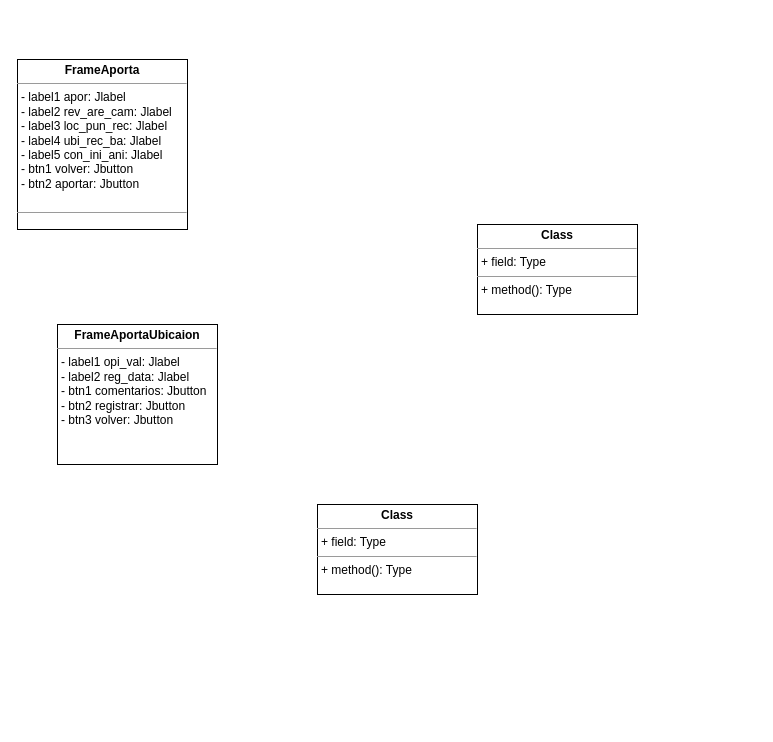
This is src/Diagrama sin título.drawio from IsmaelC12/laboratorio_1, a draw.io file, before an edit. Source tidied: cells renumbered, new cells numbered last; positions are measured from the earlier drawing's top-left corner, leaving out a move shared by most shapes. Both pictures are drawn from the tidied source at 100%, with x=0, y=0 at pixel (17, 59).
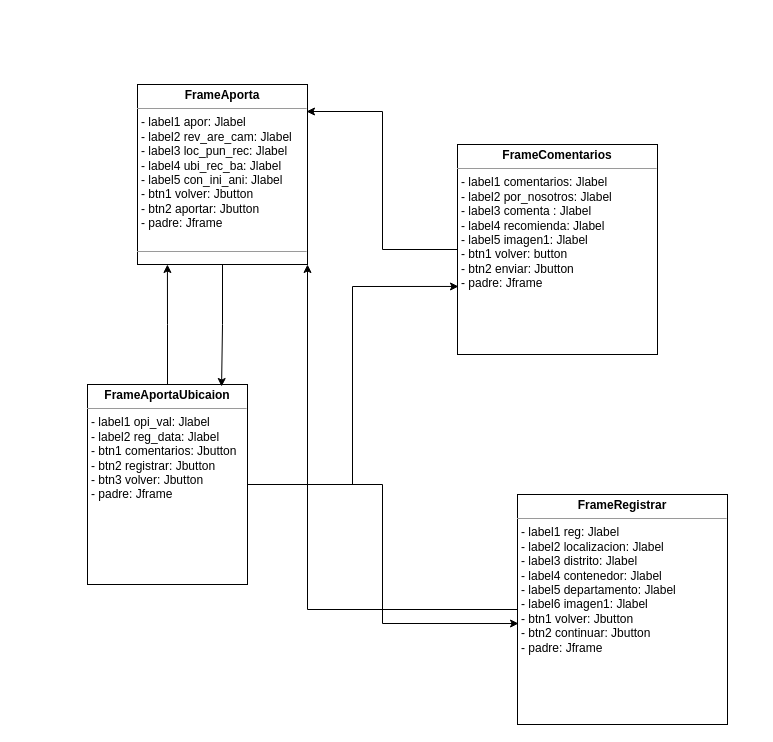
Above is the later version.

Diff of the diagram source:
```diff
@@
 <mxGraphModel>
   <root>
     <mxCell id="0" />
     <mxCell id="1" parent="0" />
-    <mxCell id="2" value="&lt;p style=&quot;margin:0px;margin-top:4px;text-align:center;&quot;&gt;&lt;b&gt;Class&lt;/b&gt;&lt;/p&gt;&lt;hr size=&quot;1&quot;/&gt;&lt;p style=&quot;margin:0px;margin-left:4px;&quot;&gt;+ field: Type&lt;/p&gt;&lt;hr size=&quot;1&quot;/&gt;&lt;p style=&quot;margin:0px;margin-left:4px;&quot;&gt;+ method(): Type&lt;/p&gt;" style="verticalAlign=top;align=left;overflow=fill;fontSize=12;fontFamily=Helvetica;html=1;whiteSpace=wrap;" parent="1" vertex="1">
-      <mxGeometry x="300" y="445" width="160" height="90" as="geometry" />
-    </mxCell>
-    <mxCell id="3" value="&lt;p style=&quot;margin:0px;margin-top:4px;text-align:center;&quot;&gt;&lt;b&gt;Class&lt;/b&gt;&lt;/p&gt;&lt;hr size=&quot;1&quot;/&gt;&lt;p style=&quot;margin:0px;margin-left:4px;&quot;&gt;+ field: Type&lt;/p&gt;&lt;hr size=&quot;1&quot;/&gt;&lt;p style=&quot;margin:0px;margin-left:4px;&quot;&gt;+ method(): Type&lt;/p&gt;" style="verticalAlign=top;align=left;overflow=fill;fontSize=12;fontFamily=Helvetica;html=1;whiteSpace=wrap;" parent="1" vertex="1">
-      <mxGeometry x="460" y="165" width="160" height="90" as="geometry" />
-    </mxCell>
+    <mxCell id="6" style="edgeStyle=orthogonalEdgeStyle;rounded=0;jettySize=auto;html=1;entryX=0.005;entryY=0.676;entryDx=0;entryDy=0;entryPerimeter=0;" parent="1" edge="1" source="4" target="9">
+      <mxGeometry relative="1" as="geometry" />
+    </mxCell>
+    <mxCell id="7" style="edgeStyle=orthogonalEdgeStyle;rounded=0;jettySize=auto;html=1;entryX=0.005;entryY=0.561;entryDx=0;entryDy=0;entryPerimeter=0;" parent="1" edge="1" source="4" target="12">
+      <mxGeometry relative="1" as="geometry" />
+    </mxCell>
-    <mxCell id="4" value="&lt;p style=&quot;margin:0px;margin-top:4px;text-align:center;&quot;&gt;&lt;b&gt;FrameAportaUbicaion&lt;/b&gt;&lt;/p&gt;&lt;hr size=&quot;1&quot;&gt;&lt;p style=&quot;margin:0px;margin-left:4px;&quot;&gt;- label1 opi_val: Jlabel&lt;/p&gt;&lt;p style=&quot;margin:0px;margin-left:4px;&quot;&gt;- label2 reg_data: Jlabel&lt;/p&gt;&lt;p style=&quot;margin:0px;margin-left:4px;&quot;&gt;- btn1 comentarios: Jbutton&lt;/p&gt;&lt;p style=&quot;margin:0px;margin-left:4px;&quot;&gt;- btn2 registrar: Jbutton&lt;/p&gt;&lt;p style=&quot;margin:0px;margin-left:4px;&quot;&gt;- btn3 volver: Jbutton&lt;/p&gt;&lt;p style=&quot;margin:0px;margin-left:4px;&quot;&gt;&lt;br&gt;&lt;/p&gt;" style="verticalAlign=top;align=left;overflow=fill;fontSize=12;fontFamily=Helvetica;html=1;whiteSpace=wrap;" parent="1" vertex="1">
-      <mxGeometry x="40" y="265" width="160" height="140" as="geometry" />
+    <mxCell id="4" value="&lt;p style=&quot;margin:0px;margin-top:4px;text-align:center;&quot;&gt;&lt;b&gt;FrameAportaUbicaion&lt;/b&gt;&lt;/p&gt;&lt;hr size=&quot;1&quot;&gt;&lt;p style=&quot;margin:0px;margin-left:4px;&quot;&gt;- label1 opi_val: Jlabel&lt;/p&gt;&lt;p style=&quot;margin:0px;margin-left:4px;&quot;&gt;- label2 reg_data: Jlabel&lt;/p&gt;&lt;p style=&quot;margin:0px;margin-left:4px;&quot;&gt;- btn1 comentarios: Jbutton&lt;/p&gt;&lt;p style=&quot;margin:0px;margin-left:4px;&quot;&gt;- btn2 registrar: Jbutton&lt;/p&gt;&lt;p style=&quot;margin:0px;margin-left:4px;&quot;&gt;- btn3 volver: Jbutton&lt;/p&gt;&lt;p style=&quot;margin:0px;margin-left:4px;&quot;&gt;- padre: Jframe&lt;/p&gt;&lt;p style=&quot;margin:0px;margin-left:4px;&quot;&gt;&lt;br&gt;&lt;/p&gt;" style="verticalAlign=top;align=left;overflow=fill;fontSize=12;fontFamily=Helvetica;html=1;whiteSpace=wrap;" parent="1" vertex="1">
+      <mxGeometry x="70" y="325" width="160" height="200" as="geometry" />
     </mxCell>
-    <mxCell id="5" value="&lt;p style=&quot;margin:0px;margin-top:4px;text-align:center;&quot;&gt;&lt;b&gt;FrameAporta&lt;/b&gt;&lt;/p&gt;&lt;hr size=&quot;1&quot;&gt;&lt;p style=&quot;margin:0px;margin-left:4px;&quot;&gt;- label1 apor: Jlabel&lt;/p&gt;&lt;p style=&quot;margin:0px;margin-left:4px;&quot;&gt;- label2 rev_are_cam: Jlabel&lt;/p&gt;&lt;p style=&quot;margin:0px;margin-left:4px;&quot;&gt;- label3 loc_pun_rec: Jlabel&lt;/p&gt;&lt;p style=&quot;margin:0px;margin-left:4px;&quot;&gt;- label4 ubi_rec_ba: Jlabel&lt;/p&gt;&lt;p style=&quot;margin:0px;margin-left:4px;&quot;&gt;- label5 con_ini_ani: Jlabel&lt;/p&gt;&lt;p style=&quot;margin:0px;margin-left:4px;&quot;&gt;- btn1 volver: Jbutton&lt;/p&gt;&lt;p style=&quot;margin:0px;margin-left:4px;&quot;&gt;- btn2 aportar: Jbutton&lt;/p&gt;&lt;p style=&quot;margin:0px;margin-left:4px;&quot;&gt;&lt;br&gt;&lt;/p&gt;&lt;hr size=&quot;1&quot;&gt;&lt;p style=&quot;margin:0px;margin-left:4px;&quot;&gt;&lt;br&gt;&lt;/p&gt;" style="verticalAlign=top;align=left;overflow=fill;fontSize=12;fontFamily=Helvetica;html=1;whiteSpace=wrap;" parent="1" vertex="1">
-      <mxGeometry width="170" height="170" as="geometry" />
+    <mxCell id="5" value="&lt;p style=&quot;margin:0px;margin-top:4px;text-align:center;&quot;&gt;&lt;b&gt;FrameAporta&lt;/b&gt;&lt;/p&gt;&lt;hr size=&quot;1&quot;&gt;&lt;p style=&quot;margin:0px;margin-left:4px;&quot;&gt;- label1 apor: Jlabel&lt;/p&gt;&lt;p style=&quot;margin:0px;margin-left:4px;&quot;&gt;- label2 rev_are_cam: Jlabel&lt;/p&gt;&lt;p style=&quot;margin:0px;margin-left:4px;&quot;&gt;- label3 loc_pun_rec: Jlabel&lt;/p&gt;&lt;p style=&quot;margin:0px;margin-left:4px;&quot;&gt;- label4 ubi_rec_ba: Jlabel&lt;/p&gt;&lt;p style=&quot;margin:0px;margin-left:4px;&quot;&gt;- label5 con_ini_ani: Jlabel&lt;/p&gt;&lt;p style=&quot;margin:0px;margin-left:4px;&quot;&gt;- btn1 volver: Jbutton&lt;/p&gt;&lt;p style=&quot;margin:0px;margin-left:4px;&quot;&gt;- btn2 aportar: Jbutton&lt;/p&gt;&lt;p style=&quot;margin:0px;margin-left:4px;&quot;&gt;- padre: Jframe&lt;/p&gt;&lt;p style=&quot;margin:0px;margin-left:4px;&quot;&gt;&lt;br&gt;&lt;/p&gt;&lt;hr size=&quot;1&quot;&gt;&lt;p style=&quot;margin:0px;margin-left:4px;&quot;&gt;&lt;br&gt;&lt;/p&gt;" style="verticalAlign=top;align=left;overflow=fill;fontSize=12;fontFamily=Helvetica;html=1;whiteSpace=wrap;" parent="1" vertex="1">
+      <mxGeometry x="120" y="25" width="170" height="180" as="geometry" />
     </mxCell>
+    <mxCell id="8" style="edgeStyle=orthogonalEdgeStyle;rounded=0;orthogonalLoop=1;jettySize=auto;html=1;strokeColor=none;" parent="1" edge="1">
+      <mxGeometry relative="1" as="geometry">
+        <mxPoint x="675" y="580" as="sourcePoint" />
+        <mxPoint x="730" y="-35" as="targetPoint" />
+      </mxGeometry>
+    </mxCell>
+    <mxCell id="9" value="&lt;p style=&quot;margin:0px;margin-top:4px;text-align:center;&quot;&gt;&lt;b&gt;FrameComentarios&lt;/b&gt;&lt;/p&gt;&lt;hr size=&quot;1&quot;&gt;&lt;p style=&quot;margin:0px;margin-left:4px;&quot;&gt;- label1 comentarios: Jlabel&lt;/p&gt;&lt;p style=&quot;margin:0px;margin-left:4px;&quot;&gt;- label2 por_nosotros: Jlabel&lt;/p&gt;&lt;p style=&quot;margin:0px;margin-left:4px;&quot;&gt;- label3 comenta : Jlabel&lt;/p&gt;&lt;p style=&quot;margin:0px;margin-left:4px;&quot;&gt;- label4 recomienda: Jlabel&lt;/p&gt;&lt;p style=&quot;margin:0px;margin-left:4px;&quot;&gt;- label5 imagen1: Jlabel&lt;/p&gt;&lt;p style=&quot;margin:0px;margin-left:4px;&quot;&gt;- btn1 volver: button&lt;/p&gt;&lt;p style=&quot;margin:0px;margin-left:4px;&quot;&gt;- btn2 enviar: Jbutton&lt;/p&gt;&lt;p style=&quot;margin:0px;margin-left:4px;&quot;&gt;- padre: Jframe&lt;/p&gt;&lt;p style=&quot;margin:0px;margin-left:4px;&quot;&gt;&lt;br&gt;&lt;/p&gt;&lt;p style=&quot;margin:0px;margin-left:4px;&quot;&gt;&lt;br&gt;&lt;/p&gt;&lt;p style=&quot;margin:0px;margin-left:4px;&quot;&gt;&lt;br&gt;&lt;/p&gt;" style="verticalAlign=top;align=left;overflow=fill;fontSize=12;fontFamily=Helvetica;html=1;whiteSpace=wrap;" parent="1" vertex="1">
+      <mxGeometry x="440" y="85" width="200" height="210" as="geometry" />
+    </mxCell>
+    <mxCell id="10" style="edgeStyle=orthogonalEdgeStyle;rounded=0;jettySize=auto;html=1;entryX=0.994;entryY=0.15;entryDx=0;entryDy=0;entryPerimeter=0;" parent="1" edge="1" source="9" target="5">
+      <mxGeometry relative="1" as="geometry" />
+    </mxCell>
+    <mxCell id="11" style="edgeStyle=orthogonalEdgeStyle;rounded=0;jettySize=auto;html=1;entryX=1;entryY=1;entryDx=0;entryDy=0;" parent="1" edge="1" source="12" target="5">
+      <mxGeometry relative="1" as="geometry" />
+    </mxCell>
+    <mxCell id="12" value="&lt;p style=&quot;margin:0px;margin-top:4px;text-align:center;&quot;&gt;&lt;b&gt;FrameRegistrar&lt;/b&gt;&lt;/p&gt;&lt;hr size=&quot;1&quot;&gt;&lt;p style=&quot;margin:0px;margin-left:4px;&quot;&gt;- label1 reg: Jlabel&lt;/p&gt;&lt;p style=&quot;margin:0px;margin-left:4px;&quot;&gt;- label2 localizacion: Jlabel&lt;/p&gt;&lt;p style=&quot;margin:0px;margin-left:4px;&quot;&gt;- label3 distrito: Jlabel&lt;/p&gt;&lt;p style=&quot;margin:0px;margin-left:4px;&quot;&gt;- label4 contenedor: Jlabel&lt;/p&gt;&lt;p style=&quot;margin:0px;margin-left:4px;&quot;&gt;- label5 departamento: Jlabel&lt;/p&gt;&lt;p style=&quot;margin:0px;margin-left:4px;&quot;&gt;- label6 imagen1: Jlabel&lt;/p&gt;&lt;p style=&quot;margin:0px;margin-left:4px;&quot;&gt;- btn1 volver: Jbutton&lt;/p&gt;&lt;p style=&quot;margin:0px;margin-left:4px;&quot;&gt;- btn2 continuar: Jbutton&lt;/p&gt;&lt;p style=&quot;margin:0px;margin-left:4px;&quot;&gt;- padre: Jframe&lt;/p&gt;" style="verticalAlign=top;align=left;overflow=fill;fontSize=12;fontFamily=Helvetica;html=1;whiteSpace=wrap;" parent="1" vertex="1">
+      <mxGeometry x="500" y="435" width="210" height="230" as="geometry" />
+    </mxCell>
+    <mxCell id="13" style="edgeStyle=orthogonalEdgeStyle;rounded=0;jettySize=auto;html=1;entryX=0.176;entryY=1;entryDx=0;entryDy=0;entryPerimeter=0;" parent="1" edge="1" source="4" target="5">
+      <mxGeometry relative="1" as="geometry" />
+    </mxCell>
+    <mxCell id="14" style="edgeStyle=orthogonalEdgeStyle;rounded=0;jettySize=auto;html=1;entryX=0.838;entryY=0.01;entryDx=0;entryDy=0;entryPerimeter=0;" parent="1" edge="1" source="5" target="4">
+      <mxGeometry relative="1" as="geometry" />
+    </mxCell>
   </root>
 </mxGraphModel>
```
